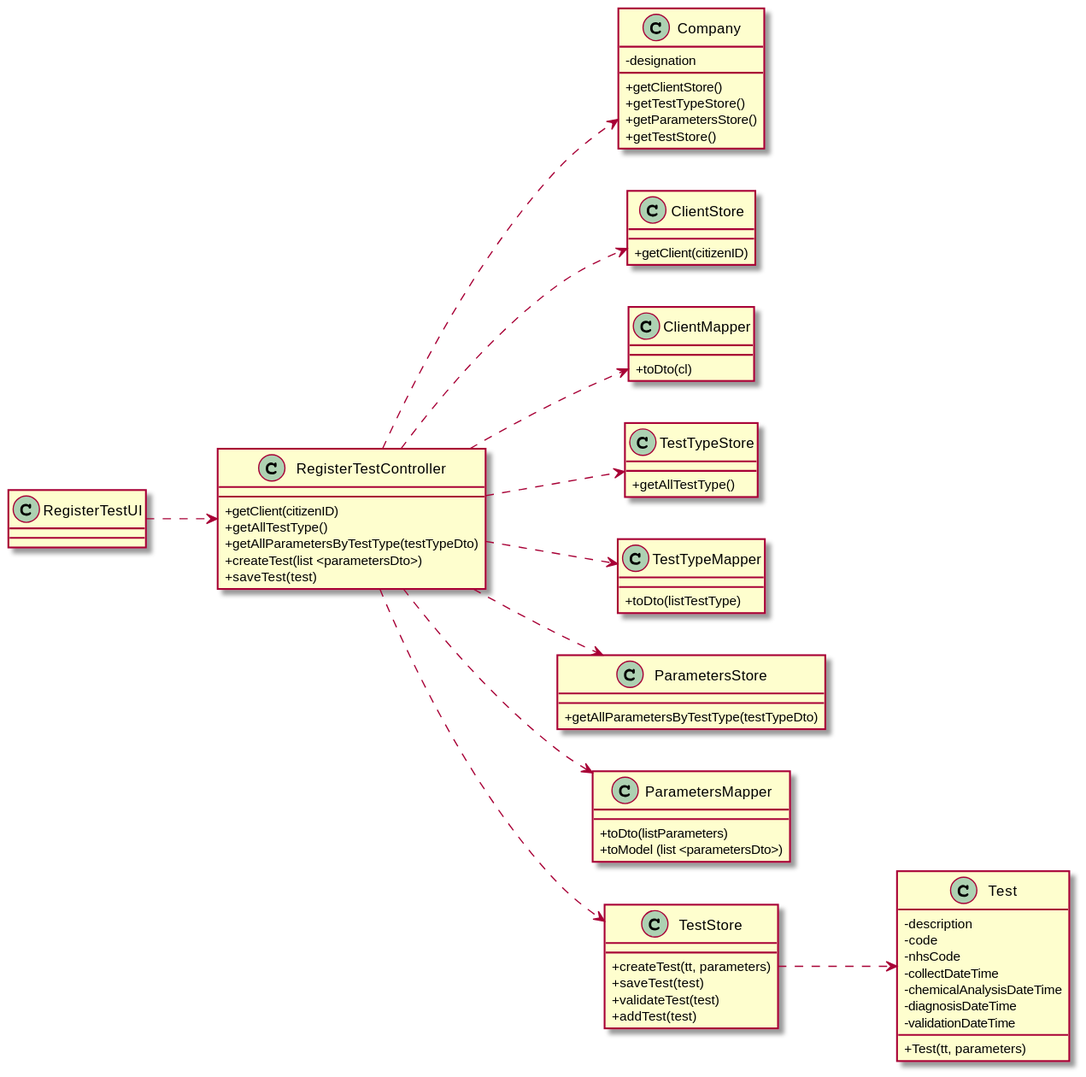
Above: docs/SprintC/US04/US04-CD.svg in 0franciscor/lei-21-s2-1de-g19 (PlantUML), before the change.
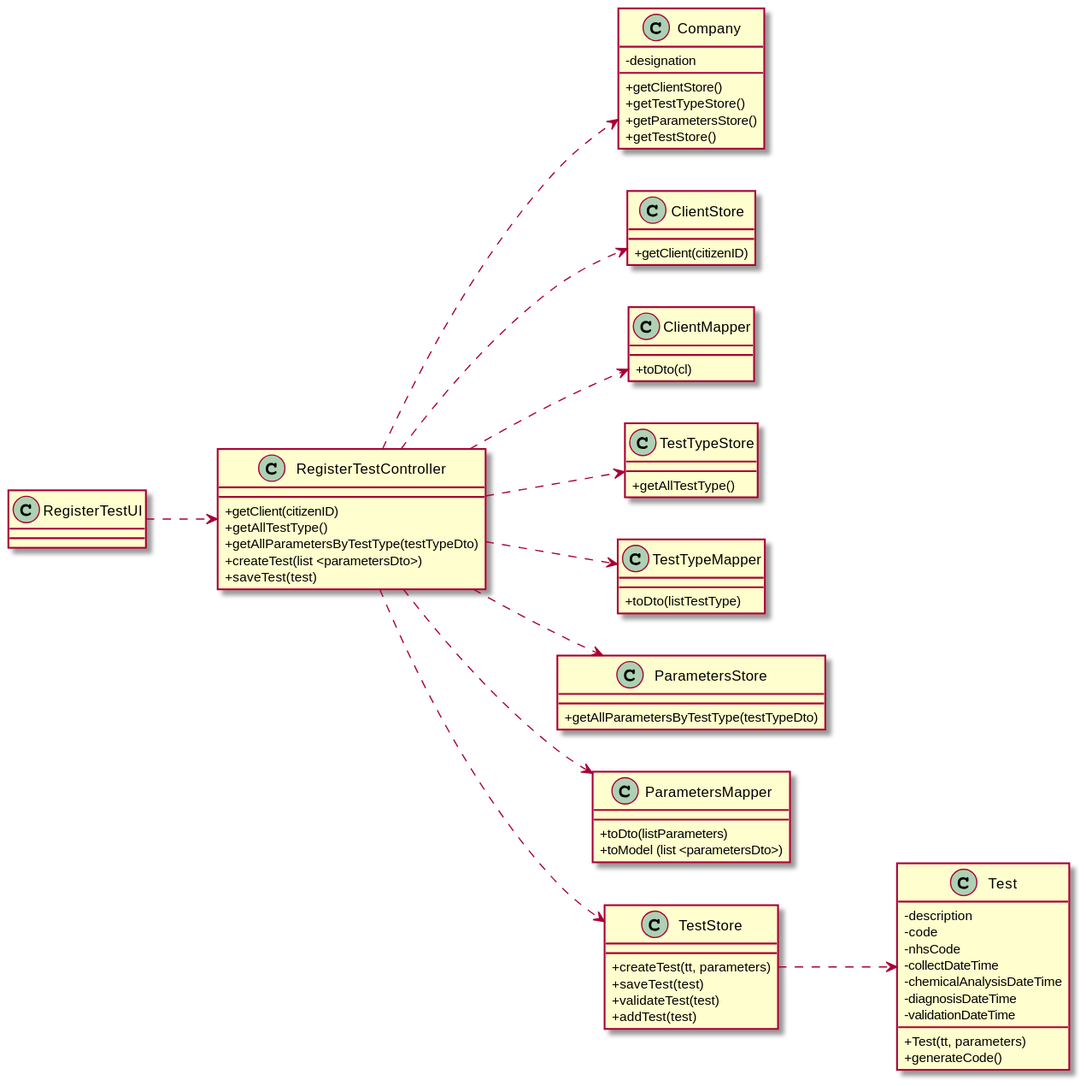
Later version of the same file.

What changed in the source:
```diff
@@ -62,6 +62,7 @@
 -diagnosisDateTime
 -validationDateTime
 +Test(tt, parameters)
++generateCode()
 }
 
 RTUI ..> RTC
```
